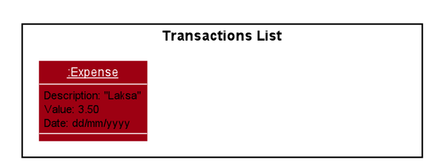
The PlantUML diagram docs/images/add-transaction/AddTransaction1.png in AY1920S1-CS2103T-W12-2/main, before a commit.
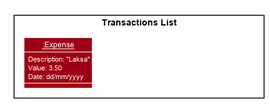
Later version of the same file.

Commit message:
Adjusted colour for diagram in DG

The edit, as a diff of the source:
```diff
@@ -55,14 +55,14 @@
 
 package "Transactions List" {
     class transaction1 as "__:Income__" {
-        Description: "Bursary"
-        Value: 500
-        Remark: "Awarded for doing well in school"
+        <color:#white>Description: "Bursary"
+        <color:#white>Value: 500
+        <color:#white>Remark: "Awarded for doing well in school"
     }
     class transaction2 as "__:Expense__" {
-        Description: "Laksa"
-        Value: 3.50
-        Date: dd/mm/yyyy
+        <color:#white>Description: "Laksa"
+        <color:#white>Value: 3.50
+        <color:#white>Date: dd/mm/yyyy
     }
 }
 
```
